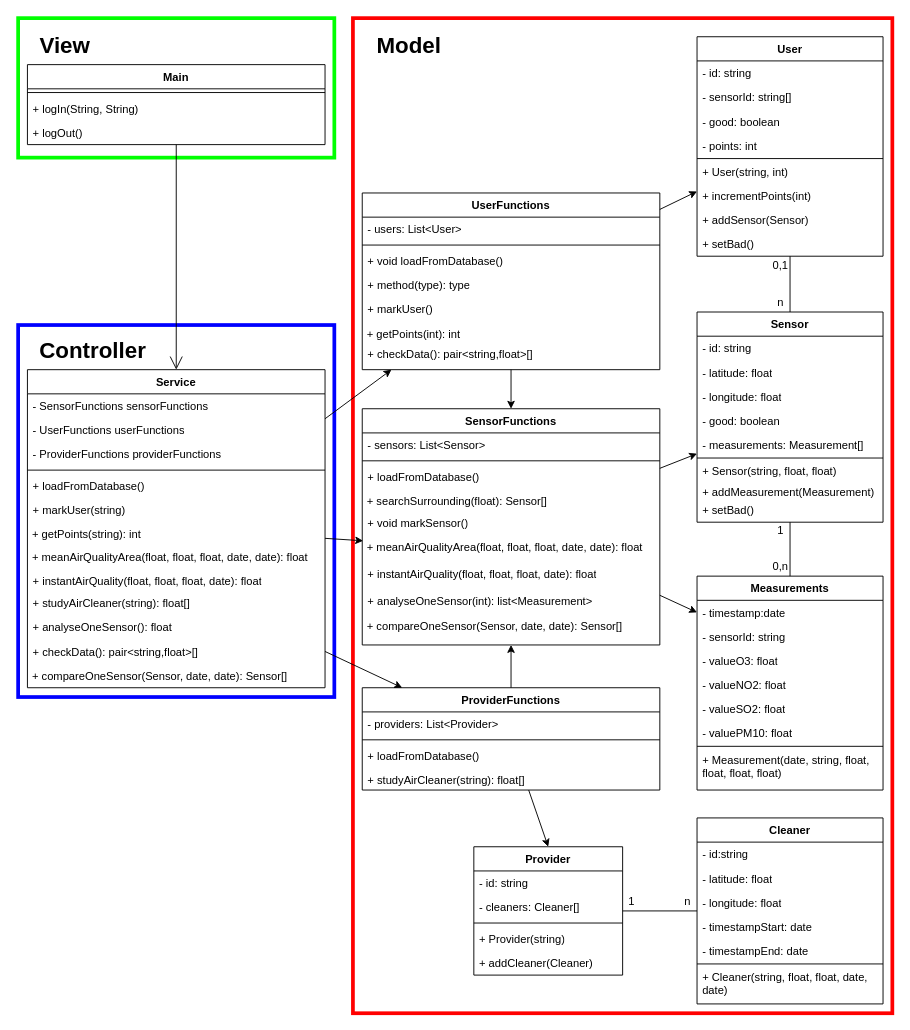
jimmywengzj/GL-TP keeps this draw.io diagram as Class Diagram.drawio. Above is the earlier version. Source tidied: cells renumbered, new cells numbered last; positions are measured from the earlier drawing's top-left corner, leaving out a move shared by most shapes. Both pictures are drawn from the tidied source at 93%, with x=0, y=0 at pixel (18, 18).
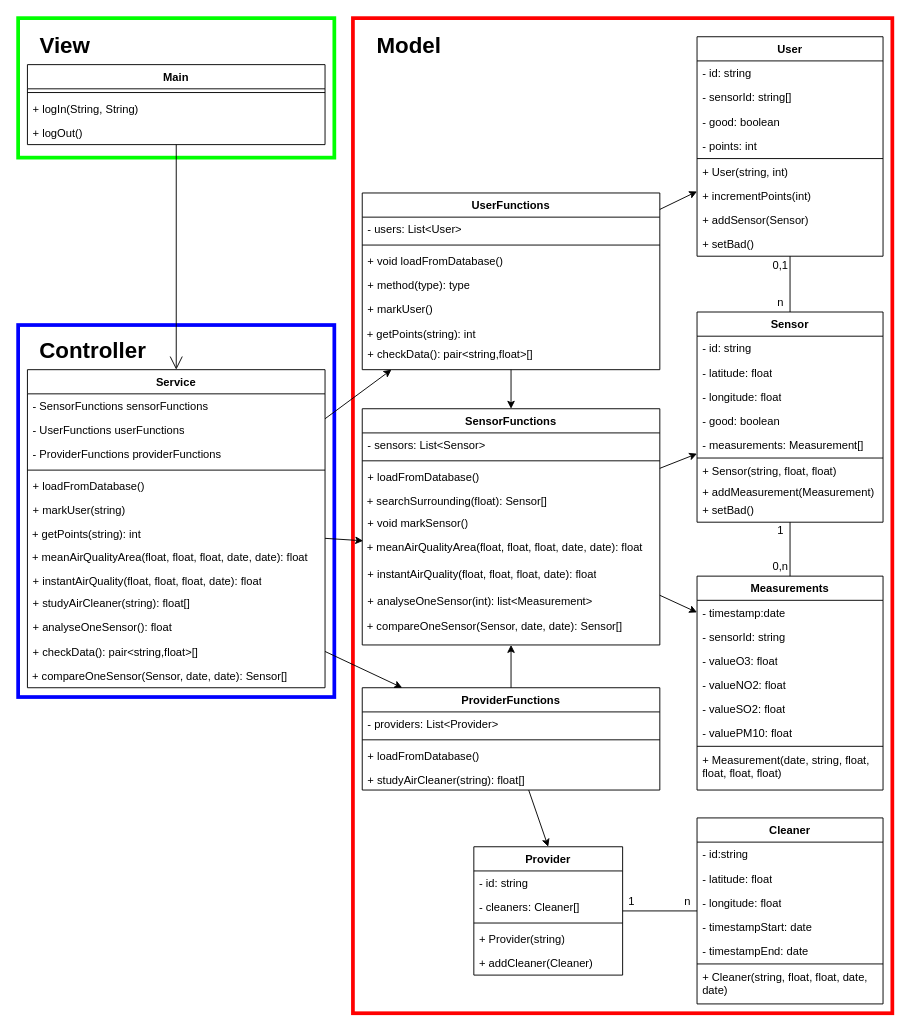
The same diagram, later.

The change refers to these unchanged cells:
```xml
<mxCell id="76" value="UserFunctions" style="swimlane;fontStyle=1;align=center;verticalAlign=top;horizontal=1;startSize=26;whiteSpace=wrap;html=1;" parent="1" vertex="1">
  <mxGeometry x="370" y="188" width="320" height="190" as="geometry" />
</mxCell>
```

What changed in the source:
```diff
@@
-    <mxCell id="82" value="&amp;nbsp;+ getPoints(int): int" style="text;whiteSpace=wrap;html=1;" parent="76" vertex="1">
+    <mxCell id="82" value="&amp;nbsp;+ getPoints(string): int" style="text;whiteSpace=wrap;html=1;" parent="76" vertex="1">
       <mxGeometry y="138" width="320" height="22" as="geometry" />
     </mxCell>
```
